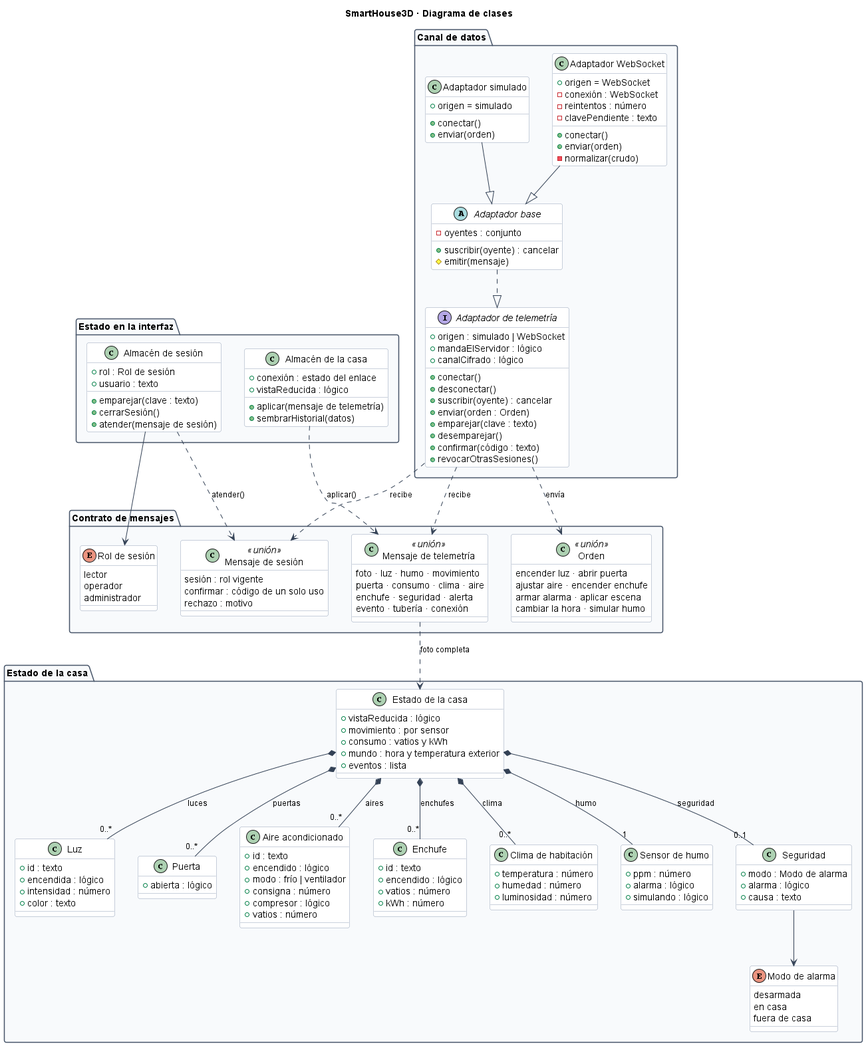
Before: docs/diagramas/png/clases.png, a diagram exported from PlantUML (WilderG2004/SmartHouse3D).
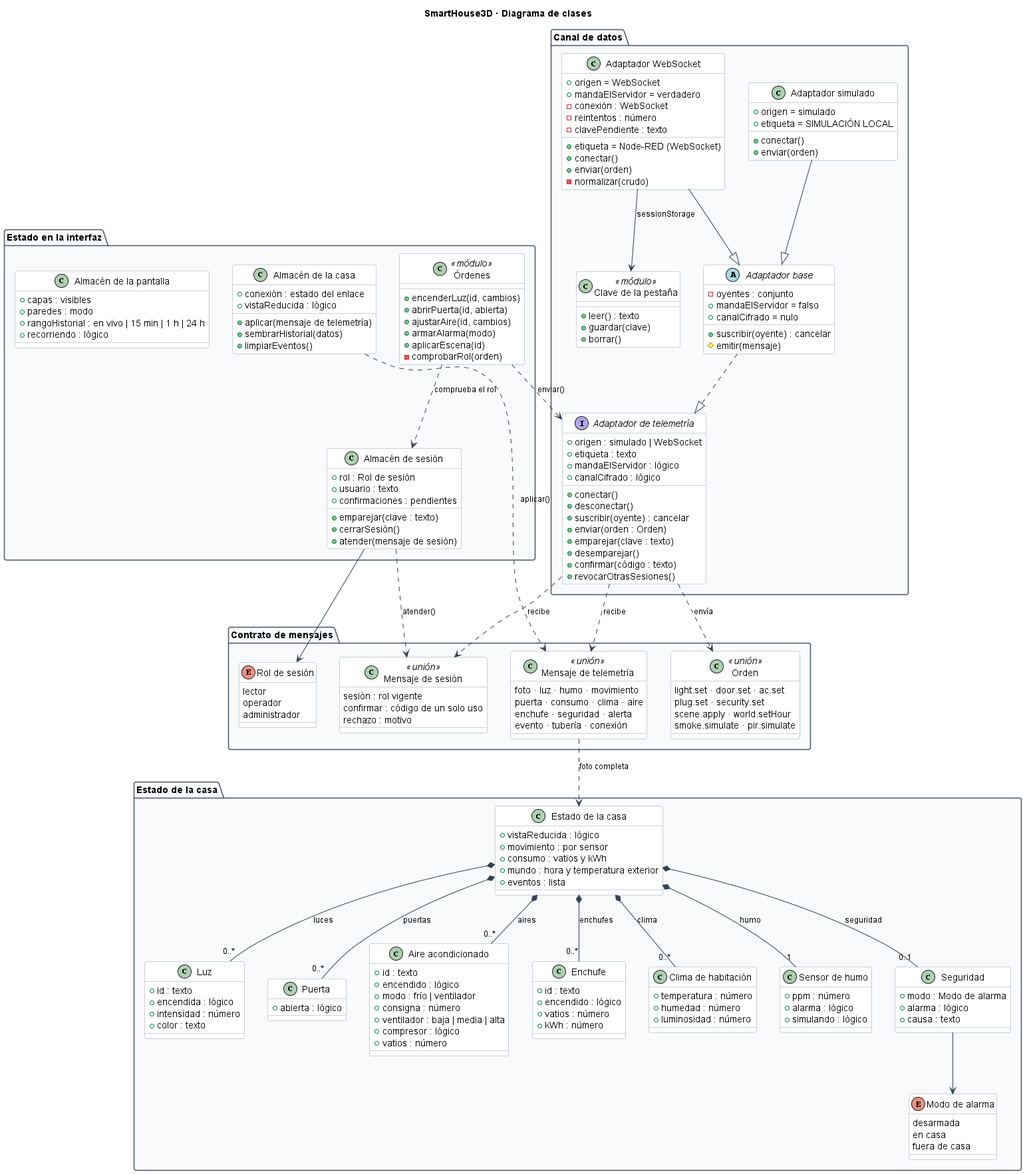
After the change.

What changed in the source:
```diff
@@ -22,6 +22,7 @@
 package "Canal de datos" {
   interface "Adaptador de telemetría" as TelemetryAdapter {
     +origen : simulado | WebSocket
+    +etiqueta : texto
     +mandaElServidor : lógico
     +canalCifrado : lógico
     +conectar()
@@ -36,12 +37,16 @@
 
   abstract class "Adaptador base" as BaseAdapter {
     -oyentes : conjunto
+    +mandaElServidor = falso
+    +canalCifrado = nulo
     +suscribir(oyente) : cancelar
     #emitir(mensaje)
   }
 
   class "Adaptador WebSocket" as WebSocketAdapter {
     +origen = WebSocket
+    +etiqueta = Node-RED (WebSocket)
+    +mandaElServidor = verdadero
     -conexión : WebSocket
     -reintentos : número
     -clavePendiente : texto
@@ -52,13 +57,21 @@
 
   class "Adaptador simulado" as SimulatedAdapter {
     +origen = simulado
+    +etiqueta = SIMULACIÓN LOCAL
     +conectar()
     +enviar(orden)
+  }
+
+  class "Clave de la pestaña" as pairingKey <<módulo>> {
+    +leer() : texto
+    +guardar(clave)
+    +borrar()
   }
 
   BaseAdapter ..|> TelemetryAdapter
   WebSocketAdapter --|> BaseAdapter
   SimulatedAdapter --|> BaseAdapter
+  WebSocketAdapter --> pairingKey : "sessionStorage"
 }
 
 package "Contrato de mensajes" {
@@ -70,10 +83,10 @@
   }
 
   class "Orden" as DeviceCommand <<unión>> {
-    encender luz · abrir puerta
-    ajustar aire · encender enchufe
-    armar alarma · aplicar escena
-    cambiar la hora · simular humo
+    light.set · door.set · ac.set
+    plug.set · security.set
+    scene.apply · world.setHour
+    smoke.simulate · pir.simulate
   }
 
   class "Mensaje de sesión" as SessionMessage <<unión>> {
@@ -114,6 +127,7 @@
     +encendido : lógico
     +modo : frío | ventilador
     +consigna : número
+    +ventilador : baja | media | alta
     +compresor : lógico
     +vatios : número
   }
@@ -160,22 +174,42 @@
 }
 
 package "Estado en la interfaz" {
+  class "Órdenes" as commands <<módulo>> {
+    +encenderLuz(id, cambios)
+    +abrirPuerta(id, abierta)
+    +ajustarAire(id, cambios)
+    +armarAlarma(modo)
+    +aplicarEscena(id)
+    -comprobarRol(orden)
+  }
+
   class "Almacén de la casa" as HouseStore {
     +conexión : estado del enlace
     +vistaReducida : lógico
     +aplicar(mensaje de telemetría)
     +sembrarHistorial(datos)
+    +limpiarEventos()
   }
 
   class "Almacén de sesión" as SessionStore {
     +rol : Rol de sesión
     +usuario : texto
+    +confirmaciones : pendientes
     +emparejar(clave : texto)
     +cerrarSesión()
     +atender(mensaje de sesión)
   }
+
+  class "Almacén de la pantalla" as UiStore {
+    +capas : visibles
+    +paredes : modo
+    +rangoHistorial : en vivo | 15 min | 1 h | 24 h
+    +recorriendo : lógico
+  }
 }
 
+commands ..> TelemetryAdapter : "enviar()"
+commands ..> SessionStore : "comprueba el rol"
 TelemetryAdapter ..> DeviceCommand : "envía"
 TelemetryAdapter ..> TelemetryMessage : "recibe"
 TelemetryAdapter ..> SessionMessage : "recibe"
```
